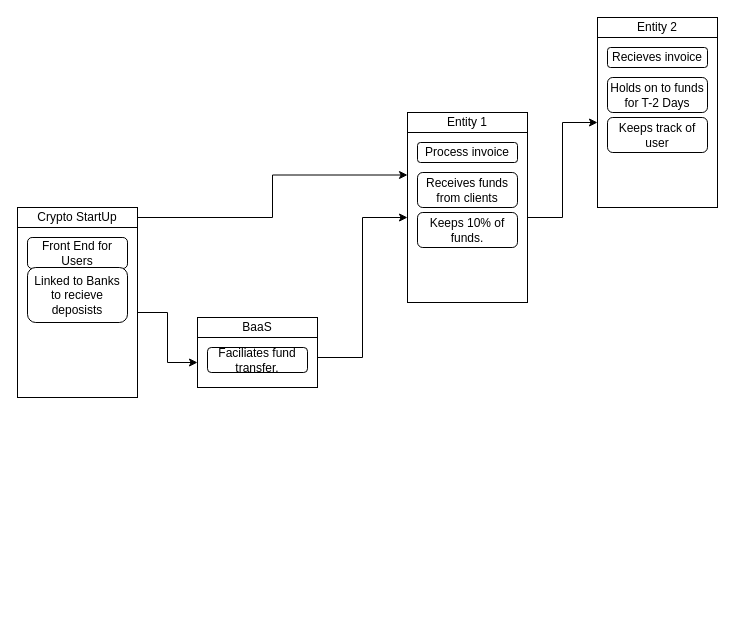
peek00/ellipsisTechHack2022 keeps this draw.io diagram as images/styleFrame1.drawio. Above is the earlier version. Source tidied: cells renumbered, new cells numbered last; positions are measured from the earlier drawing's top-left corner, leaving out a move shared by most shapes. Both pictures are drawn from the tidied source at 100%, with x=0, y=0 at pixel (17, 17).
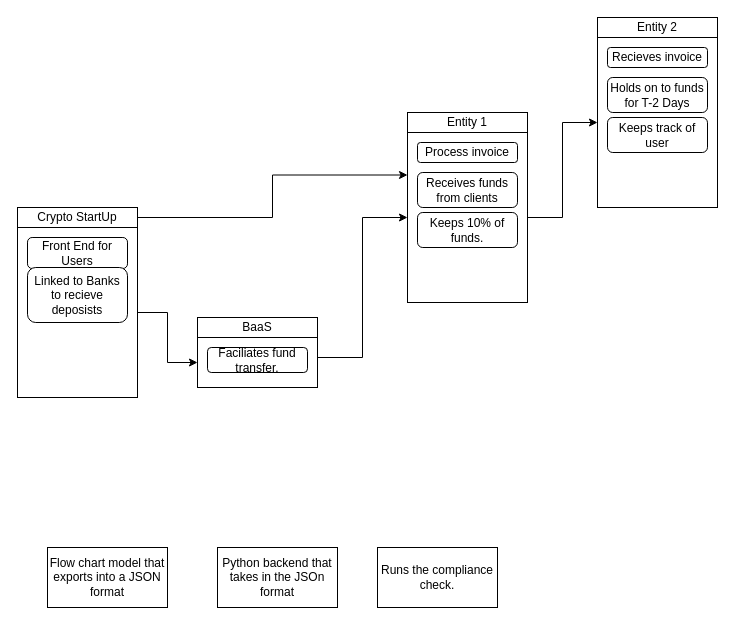
After the change.

What changed in the source:
```diff
@@
+    <mxCell id="23" value="Flow chart model that exports into a JSON format" style="rounded=0;whiteSpace=wrap;html=1;" parent="1" vertex="1">
+      <mxGeometry x="30" y="530" width="120" height="60" as="geometry" />
+    </mxCell>
+    <mxCell id="24" value="Python backend that takes in the JSOn format" style="rounded=0;whiteSpace=wrap;html=1;" parent="1" vertex="1">
+      <mxGeometry x="200" y="530" width="120" height="60" as="geometry" />
+    </mxCell>
+    <mxCell id="25" value="Runs the compliance check." style="rounded=0;whiteSpace=wrap;html=1;" parent="1" vertex="1">
+      <mxGeometry x="360" y="530" width="120" height="60" as="geometry" />
+    </mxCell>
```
